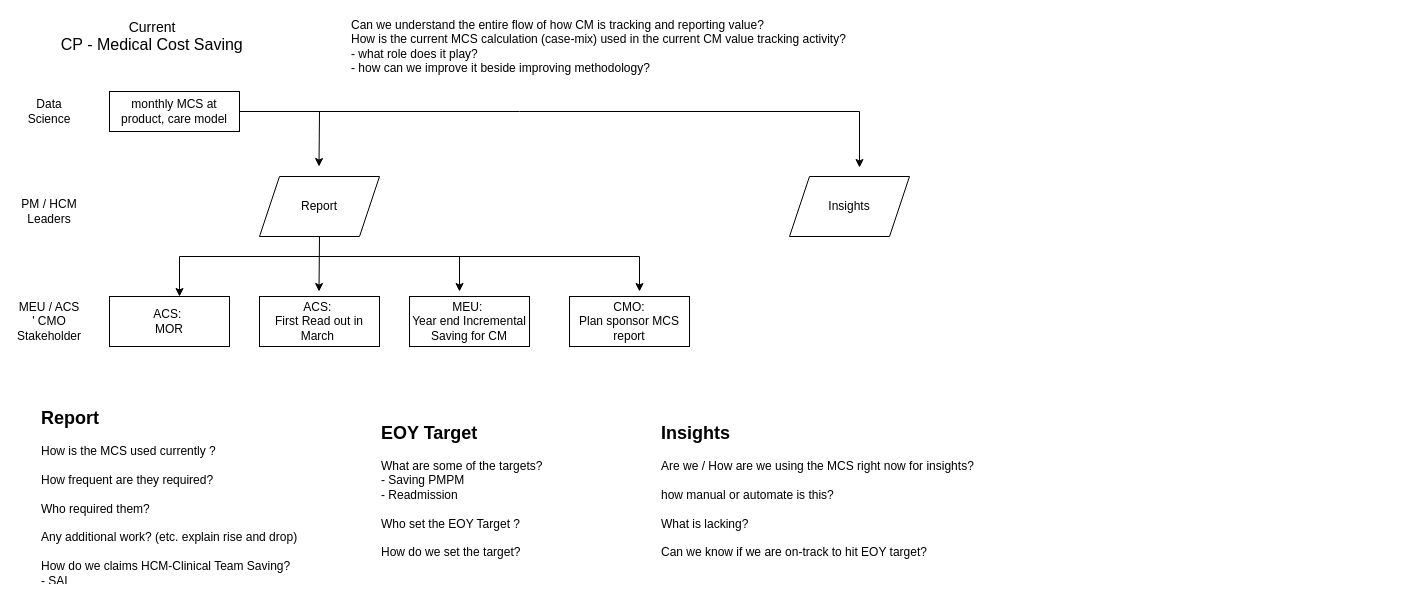
Above: CP_Medical_saving_flow_chart.drawio in miaow27/miaow27 (draw.io), before the change. Source tidied: cells renumbered, new cells numbered last; positions are measured from the earlier drawing's top-left corner, leaving out a move shared by most shapes. Both pictures are drawn from the tidied source at 100%, with x=0, y=0 at pixel (19, 21).
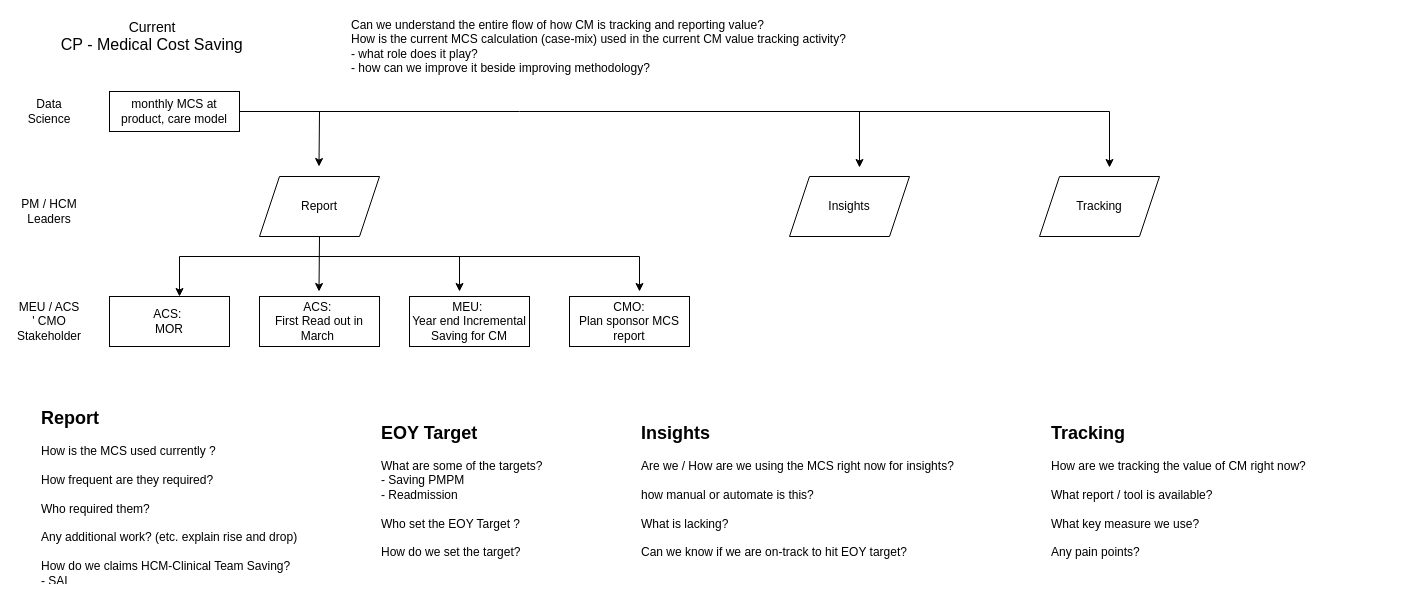
The same page after the edit.

The change refers to these unchanged cells:
```xml
<mxCell id="6" value="monthly MCS at product, care model" style="rounded=0;whiteSpace=wrap;html=1;" parent="1" vertex="1">
  <mxGeometry x="90" y="70" width="130" height="40" as="geometry" />
</mxCell>
```

Change to the diagram source:
```diff
@@
     <mxCell id="20" style="endArrow=none;html=1;rounded=0;exitX=1;exitY=0.5;exitDx=0;exitDy=0;" parent="1" edge="1" source="6">
       <mxGeometry relative="1" as="geometry">
-        <mxPoint x="840" y="90" as="targetPoint" />
+        <mxPoint x="1090" y="90" as="targetPoint" />
         <Array as="points">
           <mxPoint x="500" y="90" />
         </Array>
       </mxGeometry>
     </mxCell>
@@
     <mxCell id="22" value="&lt;b&gt;&lt;font style=&quot;font-size: 18px;&quot;&gt;Insights&lt;/font&gt;&amp;nbsp;&lt;/b&gt;&lt;div&gt;&lt;br&gt;&lt;/div&gt;&lt;div&gt;Are we / How are we using the MCS right now for insights?&amp;nbsp;&lt;/div&gt;&lt;div&gt;&lt;br&gt;&lt;/div&gt;&lt;div&gt;how manual or automate is this?&amp;nbsp;&lt;/div&gt;&lt;div&gt;&lt;br&gt;&lt;/div&gt;&lt;div&gt;What is lacking?&amp;nbsp;&lt;/div&gt;&lt;div&gt;&lt;br&gt;&lt;/div&gt;&lt;div&gt;Can we know if we are on-track to hit EOY target?&lt;/div&gt;" style="text;html=1;whiteSpace=wrap;overflow=hidden;rounded=0;" parent="1" vertex="1">
-      <mxGeometry x="640" y="395" width="360" height="150" as="geometry" />
+      <mxGeometry x="620" y="395" width="360" height="150" as="geometry" />
     </mxCell>
@@
+    <mxCell id="25" value="Tracking" style="shape=parallelogram;perimeter=parallelogramPerimeter;whiteSpace=wrap;html=1;fixedSize=1;" parent="1" vertex="1">
+      <mxGeometry x="1020" y="155" width="120" height="60" as="geometry" />
+    </mxCell>
+    <mxCell id="26" style="endArrow=classic;html=1;rounded=0;" parent="1" edge="1">
+      <mxGeometry relative="1" as="geometry">
+        <mxPoint x="1090" y="90" as="sourcePoint" />
+        <mxPoint x="1090" y="146" as="targetPoint" />
+      </mxGeometry>
+    </mxCell>
+    <mxCell id="27" value="&lt;span style=&quot;font-size: 18px;&quot;&gt;&lt;b&gt;Tracking&lt;/b&gt;&lt;/span&gt;&lt;br&gt;&lt;div&gt;&lt;br&gt;&lt;/div&gt;&lt;div&gt;How are we tracking the value of CM right now?&amp;nbsp;&lt;/div&gt;&lt;div&gt;&lt;br&gt;&lt;/div&gt;&lt;div&gt;What report / tool is available?&amp;nbsp;&lt;/div&gt;&lt;div&gt;&lt;br&gt;&lt;/div&gt;&lt;div&gt;What key measure we use?&lt;/div&gt;&lt;div&gt;&lt;br&gt;&lt;/div&gt;&lt;div&gt;Any pain points?&amp;nbsp;&lt;/div&gt;" style="text;html=1;whiteSpace=wrap;overflow=hidden;rounded=0;" parent="1" vertex="1">
+      <mxGeometry x="1030" y="395" width="360" height="150" as="geometry" />
+    </mxCell>
```
